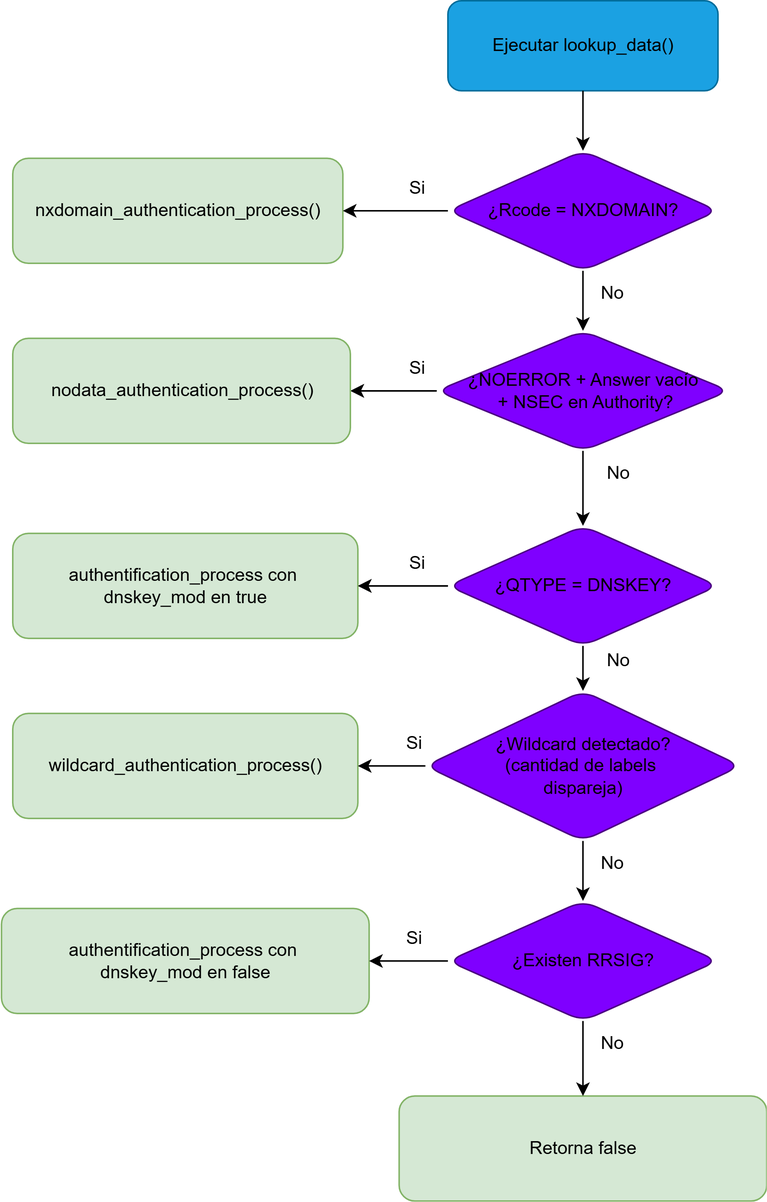
This is diagramas/dnssec_auth.png from konegoro/informe_memoria, a draw.io export, as it was before one commit. Source tidied: cells renumbered, new cells last; positions are measured from the earlier drawing's top-left corner, leaving out a move shared by most shapes. The source it was exported from:
```xml
<mxGraphModel>
  <root>
    <mxCell id="0" />
    <mxCell id="1" parent="0" />
    <mxCell id="2" value="Ejecutar lookup_data()" style="rounded=1;fillColor=#1ba1e2;strokeColor=#006c9a;html=1;" parent="1" vertex="1">
      <mxGeometry x="298" width="180" height="60" as="geometry" />
    </mxCell>
    <mxCell id="3" value="¿Rcode = NXDOMAIN?" style="rhombus;rounded=1;fillColor=#7F00FF;strokeColor=#4B0082;html=1;" parent="1" vertex="1">
      <mxGeometry x="298" y="100" width="180" height="80" as="geometry" />
    </mxCell>
    <mxCell id="4" value="nxdomain_authentication_process()" style="rounded=1;fillColor=#d5e8d4;strokeColor=#82b366;html=1;" parent="1" vertex="1">
      <mxGeometry x="8" y="105" width="220" height="70" as="geometry" />
    </mxCell>
    <mxCell id="5" value="¿NOERROR + Answer vacío&lt;div&gt;&amp;nbsp;+ NSEC en Authority?&lt;/div&gt;" style="rhombus;rounded=1;fillColor=#7F00FF;strokeColor=#4B0082;html=1;" parent="1" vertex="1">
      <mxGeometry x="290.5" y="220" width="195" height="80" as="geometry" />
    </mxCell>
    <mxCell id="6" style="edgeStyle=orthogonalEdgeStyle;rounded=0;jettySize=auto;html=1;" parent="1" edge="1" source="7" target="8">
      <mxGeometry relative="1" as="geometry" />
    </mxCell>
    <mxCell id="7" value="¿QTYPE = DNSKEY?" style="rhombus;rounded=1;fillColor=#7F00FF;strokeColor=#4B0082;html=1;" parent="1" vertex="1">
      <mxGeometry x="298" y="350" width="180" height="80" as="geometry" />
    </mxCell>
    <mxCell id="8" value="authentification_process con&amp;nbsp;&lt;div&gt;dnskey_mod en true&lt;/div&gt;" style="rounded=1;fillColor=#d5e8d4;strokeColor=#82b366;html=1;" parent="1" vertex="1">
      <mxGeometry x="8" y="355" width="230" height="70" as="geometry" />
    </mxCell>
    <mxCell id="9" value="¿Wildcard detectado?&lt;div&gt;(cantidad de labels&amp;nbsp;&lt;/div&gt;&lt;div&gt;dispareja)&lt;/div&gt;" style="rhombus;rounded=1;fillColor=#7F00FF;strokeColor=#4B0082;html=1;" parent="1" vertex="1">
      <mxGeometry x="283" y="460" width="210" height="100" as="geometry" />
    </mxCell>
    <mxCell id="10" value="wildcard_authentication_process()" style="rounded=1;fillColor=#d5e8d4;strokeColor=#82b366;html=1;" parent="1" vertex="1">
      <mxGeometry x="8" y="475" width="230" height="70" as="geometry" />
    </mxCell>
    <mxCell id="11" value="¿Existen RRSIG?" style="rhombus;rounded=1;fillColor=#7F00FF;strokeColor=#4B0082;html=1;" parent="1" vertex="1">
      <mxGeometry x="298" y="600" width="180" height="80" as="geometry" />
    </mxCell>
    <mxCell id="12" value="authentification_process con&amp;nbsp;&lt;div&gt;dnskey_mod en false&lt;/div&gt;" style="rounded=1;fillColor=#d5e8d4;strokeColor=#82b366;html=1;" parent="1" vertex="1">
      <mxGeometry x="0.5" y="605" width="245" height="70" as="geometry" />
    </mxCell>
    <mxCell id="13" style="edgeStyle=orthogonalEdgeStyle;rounded=0;jettySize=auto;html=1;" parent="1" edge="1" source="2" target="3">
      <mxGeometry relative="1" as="geometry" />
    </mxCell>
    <mxCell id="14" style="edgeStyle=orthogonalEdgeStyle;rounded=0;jettySize=auto;html=1;" parent="1" edge="1" source="3" target="4">
      <mxGeometry relative="1" as="geometry" />
    </mxCell>
    <mxCell id="15" style="edgeStyle=orthogonalEdgeStyle;rounded=0;jettySize=auto;html=1;" parent="1" edge="1" source="3" target="5">
      <mxGeometry relative="1" as="geometry" />
    </mxCell>
    <mxCell id="16" style="edgeStyle=orthogonalEdgeStyle;rounded=0;jettySize=auto;html=1;" parent="1" edge="1" source="5" target="23">
      <mxGeometry relative="1" as="geometry" />
    </mxCell>
    <mxCell id="17" style="edgeStyle=orthogonalEdgeStyle;rounded=0;jettySize=auto;html=1;" parent="1" edge="1" source="7" target="8">
      <mxGeometry relative="1" as="geometry" />
    </mxCell>
    <mxCell id="18" style="edgeStyle=orthogonalEdgeStyle;rounded=0;jettySize=auto;html=1;exitX=0.5;exitY=1;exitDx=0;exitDy=0;" parent="1" edge="1" source="7" target="9">
      <mxGeometry relative="1" as="geometry" />
    </mxCell>
    <mxCell id="19" style="edgeStyle=orthogonalEdgeStyle;rounded=0;jettySize=auto;html=1;exitX=0;exitY=0.5;exitDx=0;exitDy=0;" parent="1" edge="1" source="9" target="10">
      <mxGeometry relative="1" as="geometry" />
    </mxCell>
    <mxCell id="20" style="edgeStyle=orthogonalEdgeStyle;rounded=0;jettySize=auto;html=1;exitX=0.5;exitY=1;exitDx=0;exitDy=0;" parent="1" edge="1" source="9" target="11">
      <mxGeometry relative="1" as="geometry" />
    </mxCell>
    <mxCell id="21" style="edgeStyle=orthogonalEdgeStyle;rounded=0;jettySize=auto;html=1;" parent="1" edge="1" source="11" target="12">
      <mxGeometry relative="1" as="geometry" />
    </mxCell>
    <mxCell id="22" style="edgeStyle=orthogonalEdgeStyle;rounded=0;jettySize=auto;html=1;" parent="1" edge="1" source="5" target="23">
      <mxGeometry relative="1" as="geometry" />
    </mxCell>
    <mxCell id="23" value="nodata_authentication_process()" style="rounded=1;fillColor=#d5e8d4;strokeColor=#82b366;html=1;" parent="1" vertex="1">
      <mxGeometry x="8" y="225" width="225" height="70" as="geometry" />
    </mxCell>
    <mxCell id="24" style="endArrow=classic;html=1;rounded=0;exitX=0.5;exitY=1;exitDx=0;exitDy=0;entryX=0.5;entryY=0;entryDx=0;entryDy=0;" parent="1" edge="1" source="5" target="7">
      <mxGeometry relative="1" as="geometry" />
    </mxCell>
    <mxCell id="25" value="Retorna false" style="rounded=1;fillColor=#d5e8d4;strokeColor=#82b366;html=1;" parent="1" vertex="1">
      <mxGeometry x="265.5" y="730" width="245" height="70" as="geometry" />
    </mxCell>
    <mxCell id="26" style="endArrow=classic;html=1;rounded=0;exitX=0.5;exitY=1;exitDx=0;exitDy=0;entryX=0.5;entryY=0;entryDx=0;entryDy=0;" parent="1" edge="1" source="11" target="25">
      <mxGeometry relative="1" as="geometry" />
    </mxCell>
    <mxCell id="27" value="Si" style="text;html=1;whiteSpace=wrap;strokeColor=none;fillColor=none;align=center;verticalAlign=middle;rounded=0;" parent="1" vertex="1">
      <mxGeometry x="248" y="110" width="60" height="30" as="geometry" />
    </mxCell>
    <mxCell id="28" value="Si" style="text;html=1;whiteSpace=wrap;strokeColor=none;fillColor=none;align=center;verticalAlign=middle;rounded=0;" parent="1" vertex="1">
      <mxGeometry x="248" y="230" width="60" height="30" as="geometry" />
    </mxCell>
    <mxCell id="29" value="Si" style="text;html=1;whiteSpace=wrap;strokeColor=none;fillColor=none;align=center;verticalAlign=middle;rounded=0;" parent="1" vertex="1">
      <mxGeometry x="248" y="360" width="60" height="30" as="geometry" />
    </mxCell>
    <mxCell id="30" value="Si" style="text;html=1;whiteSpace=wrap;strokeColor=none;fillColor=none;align=center;verticalAlign=middle;rounded=0;" parent="1" vertex="1">
      <mxGeometry x="245.5" y="480" width="60" height="30" as="geometry" />
    </mxCell>
    <mxCell id="31" value="Si" style="text;html=1;whiteSpace=wrap;strokeColor=none;fillColor=none;align=center;verticalAlign=middle;rounded=0;" parent="1" vertex="1">
      <mxGeometry x="245.5" y="610" width="60" height="30" as="geometry" />
    </mxCell>
    <mxCell id="32" value="No" style="text;html=1;whiteSpace=wrap;strokeColor=none;fillColor=none;align=center;verticalAlign=middle;rounded=0;" parent="1" vertex="1">
      <mxGeometry x="378" y="180" width="60" height="30" as="geometry" />
    </mxCell>
    <mxCell id="33" value="No" style="text;html=1;whiteSpace=wrap;strokeColor=none;fillColor=none;align=center;verticalAlign=middle;rounded=0;" parent="1" vertex="1">
      <mxGeometry x="382" y="300" width="60" height="30" as="geometry" />
    </mxCell>
    <mxCell id="34" value="No" style="text;html=1;whiteSpace=wrap;strokeColor=none;fillColor=none;align=center;verticalAlign=middle;rounded=0;" parent="1" vertex="1">
      <mxGeometry x="382" y="425" width="60" height="30" as="geometry" />
    </mxCell>
    <mxCell id="35" value="No" style="text;html=1;whiteSpace=wrap;strokeColor=none;fillColor=none;align=center;verticalAlign=middle;rounded=0;" parent="1" vertex="1">
      <mxGeometry x="378" y="560" width="60" height="30" as="geometry" />
    </mxCell>
    <mxCell id="36" value="No" style="text;html=1;whiteSpace=wrap;strokeColor=none;fillColor=none;align=center;verticalAlign=middle;rounded=0;" parent="1" vertex="1">
      <mxGeometry x="378" y="680" width="60" height="30" as="geometry" />
    </mxCell>
  </root>
</mxGraphModel>
```
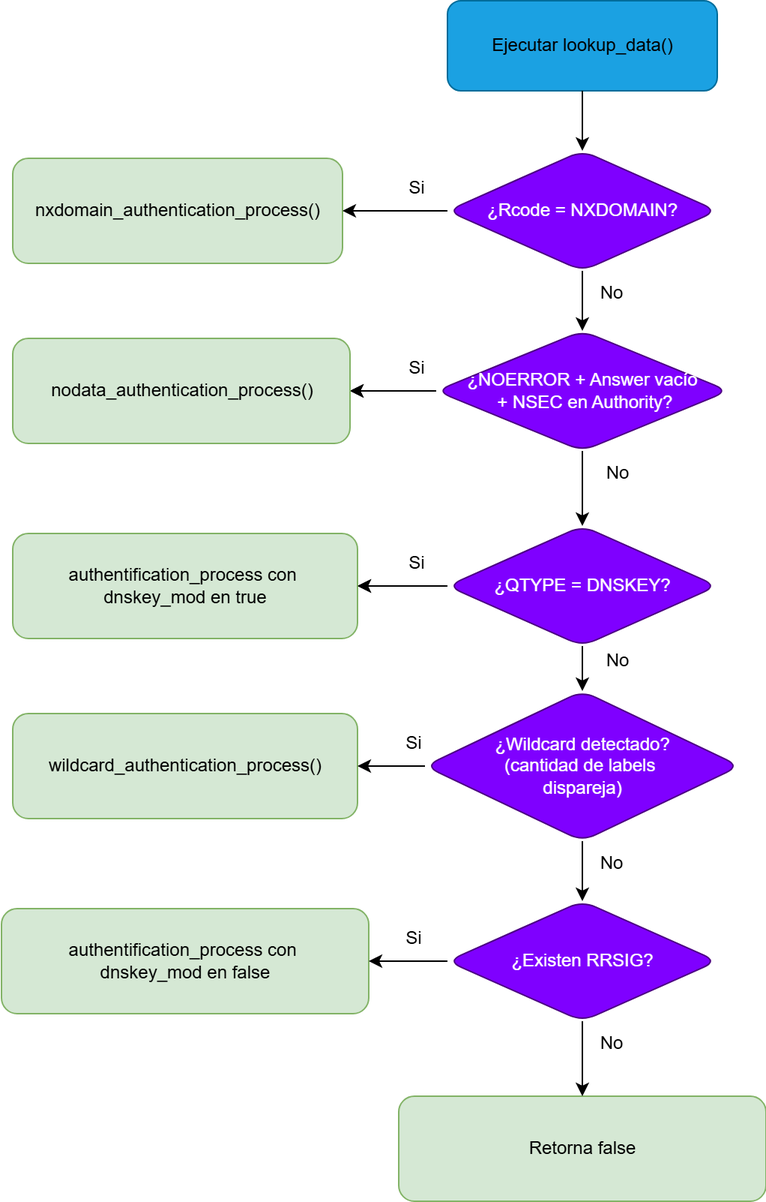
The same diagram one commit later.

Diff of the diagram source:
```diff
@@ -5,31 +5,31 @@
     <mxCell id="2" value="Ejecutar lookup_data()" style="rounded=1;fillColor=#1ba1e2;strokeColor=#006c9a;html=1;" parent="1" vertex="1">
       <mxGeometry x="298" width="180" height="60" as="geometry" />
     </mxCell>
-    <mxCell id="3" value="¿Rcode = NXDOMAIN?" style="rhombus;rounded=1;fillColor=#7F00FF;strokeColor=#4B0082;html=1;" parent="1" vertex="1">
+    <mxCell id="3" value="&lt;font style=&quot;color: light-dark(rgb(255, 255, 255), rgb(255, 255, 255));&quot;&gt;¿Rcode = NXDOMAIN?&lt;/font&gt;" style="rhombus;rounded=1;fillColor=#7F00FF;strokeColor=#4B0082;html=1;" parent="1" vertex="1">
       <mxGeometry x="298" y="100" width="180" height="80" as="geometry" />
     </mxCell>
     <mxCell id="4" value="nxdomain_authentication_process()" style="rounded=1;fillColor=#d5e8d4;strokeColor=#82b366;html=1;" parent="1" vertex="1">
       <mxGeometry x="8" y="105" width="220" height="70" as="geometry" />
     </mxCell>
-    <mxCell id="5" value="¿NOERROR + Answer vacío&lt;div&gt;&amp;nbsp;+ NSEC en Authority?&lt;/div&gt;" style="rhombus;rounded=1;fillColor=#7F00FF;strokeColor=#4B0082;html=1;" parent="1" vertex="1">
+    <mxCell id="5" value="&lt;font style=&quot;color: light-dark(rgb(255, 255, 255), rgb(255, 255, 255));&quot;&gt;¿NOERROR + Answer vacío&lt;/font&gt;&lt;div&gt;&lt;font style=&quot;color: light-dark(rgb(255, 255, 255), rgb(255, 255, 255));&quot;&gt;&amp;nbsp;+ NSEC en Authority?&lt;/font&gt;&lt;/div&gt;" style="rhombus;rounded=1;fillColor=#7F00FF;strokeColor=#4B0082;html=1;" parent="1" vertex="1">
       <mxGeometry x="290.5" y="220" width="195" height="80" as="geometry" />
     </mxCell>
     <mxCell id="6" style="edgeStyle=orthogonalEdgeStyle;rounded=0;jettySize=auto;html=1;" parent="1" edge="1" source="7" target="8">
       <mxGeometry relative="1" as="geometry" />
     </mxCell>
-    <mxCell id="7" value="¿QTYPE = DNSKEY?" style="rhombus;rounded=1;fillColor=#7F00FF;strokeColor=#4B0082;html=1;" parent="1" vertex="1">
+    <mxCell id="7" value="&lt;font style=&quot;color: light-dark(rgb(255, 255, 255), rgb(255, 255, 255));&quot;&gt;¿QTYPE = DNSKEY?&lt;/font&gt;" style="rhombus;rounded=1;fillColor=#7F00FF;strokeColor=#4B0082;html=1;" parent="1" vertex="1">
       <mxGeometry x="298" y="350" width="180" height="80" as="geometry" />
     </mxCell>
     <mxCell id="8" value="authentification_process con&amp;nbsp;&lt;div&gt;dnskey_mod en true&lt;/div&gt;" style="rounded=1;fillColor=#d5e8d4;strokeColor=#82b366;html=1;" parent="1" vertex="1">
       <mxGeometry x="8" y="355" width="230" height="70" as="geometry" />
     </mxCell>
-    <mxCell id="9" value="¿Wildcard detectado?&lt;div&gt;(cantidad de labels&amp;nbsp;&lt;/div&gt;&lt;div&gt;dispareja)&lt;/div&gt;" style="rhombus;rounded=1;fillColor=#7F00FF;strokeColor=#4B0082;html=1;" parent="1" vertex="1">
+    <mxCell id="9" value="&lt;font style=&quot;color: light-dark(rgb(255, 255, 255), rgb(255, 255, 255));&quot;&gt;¿Wildcard detectado?&lt;/font&gt;&lt;div&gt;&lt;font style=&quot;color: light-dark(rgb(255, 255, 255), rgb(255, 255, 255));&quot;&gt;(cantidad de labels&amp;nbsp;&lt;/font&gt;&lt;/div&gt;&lt;div&gt;&lt;font style=&quot;color: light-dark(rgb(255, 255, 255), rgb(255, 255, 255));&quot;&gt;dispareja)&lt;/font&gt;&lt;/div&gt;" style="rhombus;rounded=1;fillColor=#7F00FF;strokeColor=#4B0082;html=1;" parent="1" vertex="1">
       <mxGeometry x="283" y="460" width="210" height="100" as="geometry" />
     </mxCell>
     <mxCell id="10" value="wildcard_authentication_process()" style="rounded=1;fillColor=#d5e8d4;strokeColor=#82b366;html=1;" parent="1" vertex="1">
       <mxGeometry x="8" y="475" width="230" height="70" as="geometry" />
     </mxCell>
-    <mxCell id="11" value="¿Existen RRSIG?" style="rhombus;rounded=1;fillColor=#7F00FF;strokeColor=#4B0082;html=1;" parent="1" vertex="1">
+    <mxCell id="11" value="&lt;font style=&quot;color: light-dark(rgb(255, 255, 255), rgb(255, 255, 255));&quot;&gt;¿Existen RRSIG?&lt;/font&gt;" style="rhombus;rounded=1;fillColor=#7F00FF;strokeColor=#4B0082;html=1;" parent="1" vertex="1">
       <mxGeometry x="298" y="600" width="180" height="80" as="geometry" />
     </mxCell>
     <mxCell id="12" value="authentification_process con&amp;nbsp;&lt;div&gt;dnskey_mod en false&lt;/div&gt;" style="rounded=1;fillColor=#d5e8d4;strokeColor=#82b366;html=1;" parent="1" vertex="1">
```
